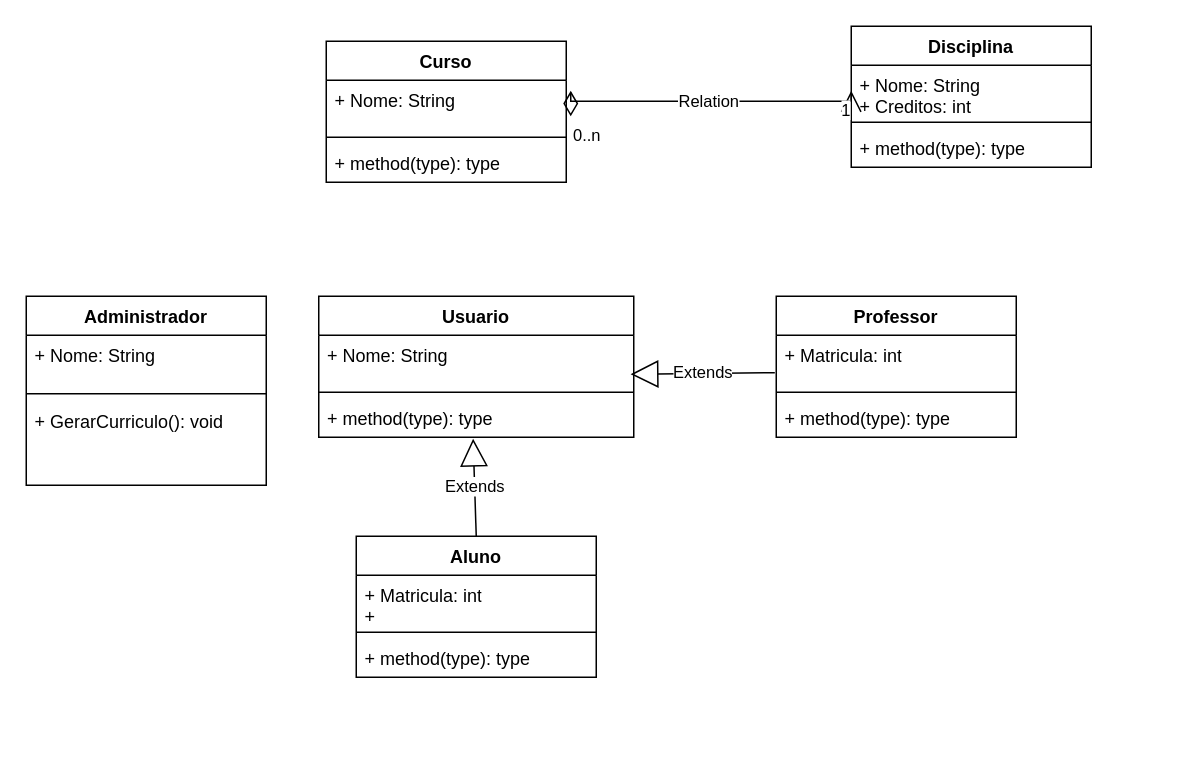
Earlier version of the draw.io diagram projeto/DiagramaClasse.drawio (samuelincoln1/Projeto-LDS). Source tidied: cells renumbered, new cells numbered last; positions are measured from the earlier drawing's top-left corner, leaving out a move shared by most shapes. Both pictures are drawn from the tidied source at 150%, with x=0, y=0 at pixel (26, 26).
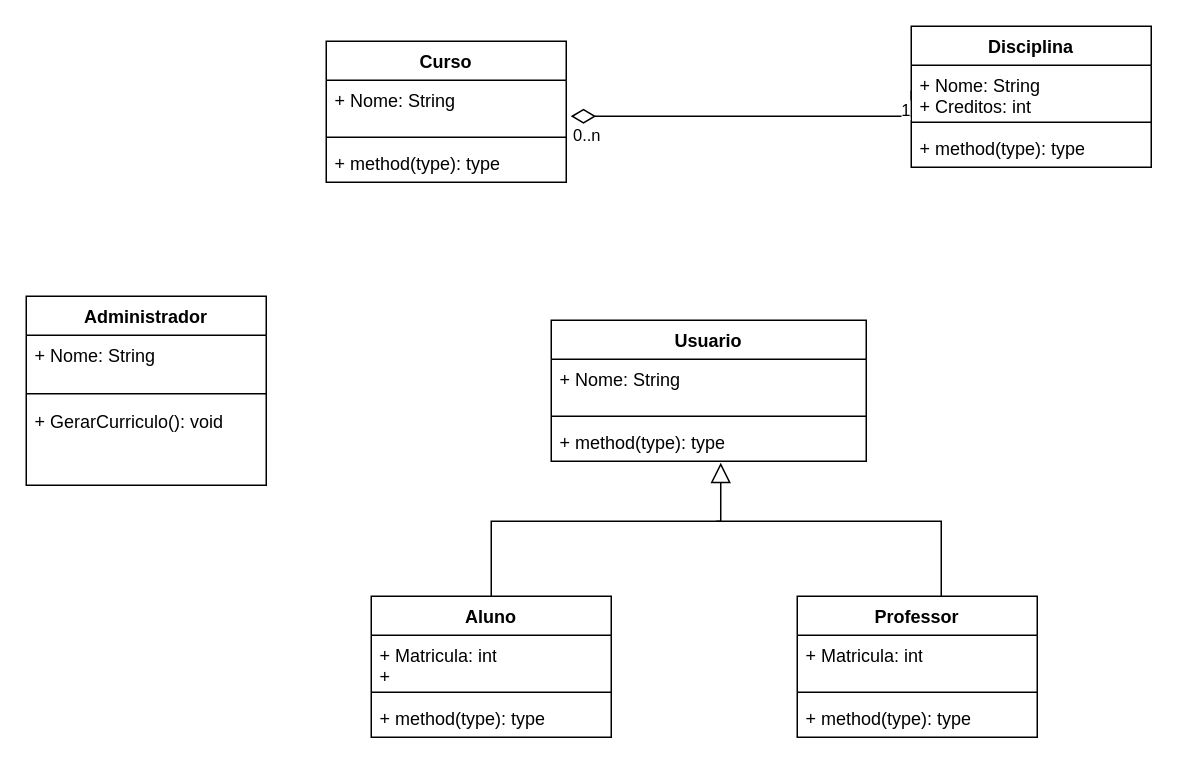
The same diagram, later.

Unchanged cells that the change refers to:
```xml
<mxCell id="7" value="+ Nome: String&lt;br&gt;+ Creditos: int" style="text;strokeColor=none;fillColor=none;align=left;verticalAlign=top;spacingLeft=4;spacingRight=4;overflow=hidden;points=[[0,0.5],[1,0.5]];portConstraint=eastwest;whiteSpace=wrap;html=1;" parent="6" vertex="1">
  <mxGeometry y="26" width="160" height="34" as="geometry" />
</mxCell>
<mxCell id="15" value="+ Nome: String" style="text;strokeColor=none;fillColor=none;align=left;verticalAlign=top;spacingLeft=4;spacingRight=4;overflow=hidden;points=[[0,0.5],[1,0.5]];portConstraint=eastwest;whiteSpace=wrap;html=1;" parent="14" vertex="1">
  <mxGeometry y="26" width="210" height="34" as="geometry" />
</mxCell>
<mxCell id="17" value="+ method(type): type" style="text;strokeColor=none;fillColor=none;align=left;verticalAlign=top;spacingLeft=4;spacingRight=4;overflow=hidden;points=[[0,0.5],[1,0.5]];portConstraint=eastwest;whiteSpace=wrap;html=1;" parent="14" vertex="1">
  <mxGeometry y="68" width="210" height="26" as="geometry" />
</mxCell>
<mxCell id="20" value="+ Matricula: int" style="text;strokeColor=none;fillColor=none;align=left;verticalAlign=top;spacingLeft=4;spacingRight=4;overflow=hidden;points=[[0,0.5],[1,0.5]];portConstraint=eastwest;whiteSpace=wrap;html=1;" parent="19" vertex="1">
  <mxGeometry y="26" width="160" height="34" as="geometry" />
</mxCell>
```

What changed in the source:
```diff
@@
     <mxCell id="6" value="Disciplina" style="swimlane;fontStyle=1;align=center;verticalAlign=top;horizontal=1;startSize=26;whiteSpace=wrap;html=1;" parent="1" vertex="1">
-      <mxGeometry x="550" width="160" height="94" as="geometry" />
+      <mxGeometry x="590" width="160" height="94" as="geometry" />
     </mxCell>
@@
+    <mxCell id="18" style="edgeStyle=orthogonalEdgeStyle;rounded=0;jettySize=auto;html=1;entryX=0.538;entryY=1.038;entryDx=0;entryDy=0;entryPerimeter=0;endArrow=block;endFill=0;endSize=11;" parent="1" edge="1" source="10" target="17">
+      <mxGeometry relative="1" as="geometry">
+        <Array as="points">
+          <mxPoint x="310" y="330" />
+          <mxPoint x="463" y="330" />
+        </Array>
+      </mxGeometry>
+    </mxCell>
     <mxCell id="10" value="Aluno" style="swimlane;fontStyle=1;align=center;verticalAlign=top;horizontal=1;startSize=26;whiteSpace=wrap;html=1;" parent="1" vertex="1">
-      <mxGeometry x="220" y="340" width="160" height="94" as="geometry" />
+      <mxGeometry x="230" y="380" width="160" height="94" as="geometry" />
     </mxCell>
@@
     <mxCell id="14" value="Usuario" style="swimlane;fontStyle=1;align=center;verticalAlign=top;horizontal=1;startSize=26;whiteSpace=wrap;html=1;" parent="1" vertex="1">
-      <mxGeometry x="195" y="180" width="210" height="94" as="geometry" />
+      <mxGeometry x="350" y="196" width="210" height="94" as="geometry" />
     </mxCell>
@@
-    <mxCell id="18" value="Extends" style="endArrow=block;endSize=16;endFill=0;html=1;rounded=0;exitX=0.5;exitY=0;exitDx=0;exitDy=0;entryX=0.49;entryY=1.038;entryDx=0;entryDy=0;entryPerimeter=0;" parent="1" edge="1" source="10" target="17">
-      <mxGeometry relative="1" as="geometry" />
-    </mxCell>
+    <mxCell id="31" style="edgeStyle=orthogonalEdgeStyle;rounded=0;jettySize=auto;html=1;endArrow=none;endFill=0;" parent="1" edge="1" source="19">
+      <mxGeometry relative="1" as="geometry">
+        <mxPoint x="460" y="330" as="targetPoint" />
+        <Array as="points">
+          <mxPoint x="610" y="330" />
+        </Array>
+      </mxGeometry>
+    </mxCell>
     <mxCell id="19" value="Professor" style="swimlane;fontStyle=1;align=center;verticalAlign=top;horizontal=1;startSize=26;whiteSpace=wrap;html=1;" parent="1" vertex="1">
-      <mxGeometry x="500" y="180" width="160" height="94" as="geometry" />
+      <mxGeometry x="514" y="380" width="160" height="94" as="geometry" />
     </mxCell>
@@
-    <mxCell id="23" value="Extends" style="endArrow=block;endSize=16;endFill=0;html=1;rounded=0;exitX=-0.006;exitY=0.735;exitDx=0;exitDy=0;exitPerimeter=0;entryX=0.99;entryY=0.765;entryDx=0;entryDy=0;entryPerimeter=0;" parent="1" edge="1" source="20" target="15">
-      <mxGeometry relative="1" as="geometry" />
-    </mxCell>
@@
-    <mxCell id="28" value="Relation" style="endArrow=open;html=1;endSize=12;startArrow=diamondThin;startSize=14;startFill=0;edgeStyle=orthogonalEdgeStyle;rounded=0;entryX=0;entryY=0.5;entryDx=0;entryDy=0;" parent="1" edge="1" target="7">
+    <mxCell id="28" style="endArrow=none;html=1;endSize=12;startArrow=diamondThin;startSize=14;startFill=0;edgeStyle=orthogonalEdgeStyle;rounded=0;entryX=0;entryY=0.5;entryDx=0;entryDy=0;endFill=0;" parent="1" edge="1" target="7">
       <mxGeometry relative="1" as="geometry">
         <mxPoint x="363" y="60" as="sourcePoint" />
         <Array as="points">
-          <mxPoint x="383" y="50" />
-          <mxPoint x="500" y="50" />
+          <mxPoint x="590" y="60" />
         </Array>
       </mxGeometry>
     </mxCell>
```
